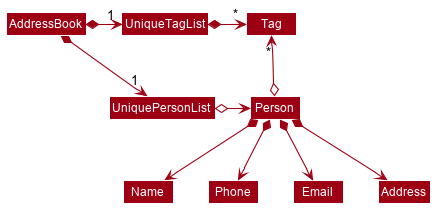
Before: docs/images/BetterModelClassDiagram.png, a diagram exported from PlantUML (nus-cs2103-AY1920S2/addressbook-level3).
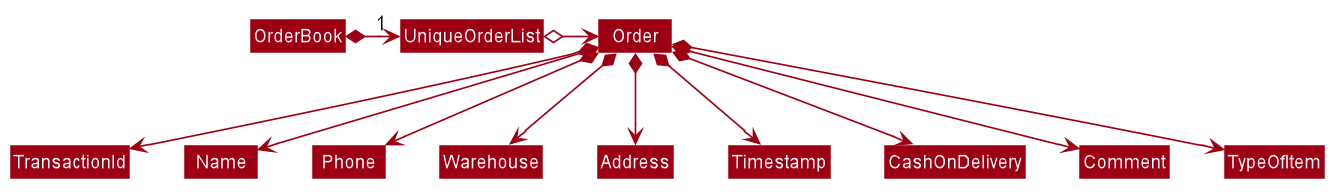
Above is the later version.

Diff of the diagram source:
```diff
@@ -51,18 +51,17 @@
 skinparam arrowColor #9D0012
 skinparam classBackgroundColor #9D0012
 
-AddressBook *-right-> "1" UniquePersonList
-AddressBook *-right-> "1" UniqueTagList
-UniqueTagList -[hidden]down- UniquePersonList
-UniqueTagList -[hidden]down- UniquePersonList
+OrderBook *-right-> "1" UniqueOrderList
 
-UniqueTagList *-right-> "*" Tag
-UniquePersonList o-right-> Person
+UniqueOrderList o-right-> Order
 
-Person o-up-> "*" Tag
-
-Person *--> Name
-Person *--> Phone
-Person *--> Email
-Person *--> Address
+Order *--> TransactionId
+Order *--> Name
+Order *--> Phone
+Order *--> Warehouse
+Order *--> Address
+Order *--> Timestamp
+Order *--> CashOnDelivery
+Order *--> Comment
+Order *--> TypeOfItem
 @enduml
```
